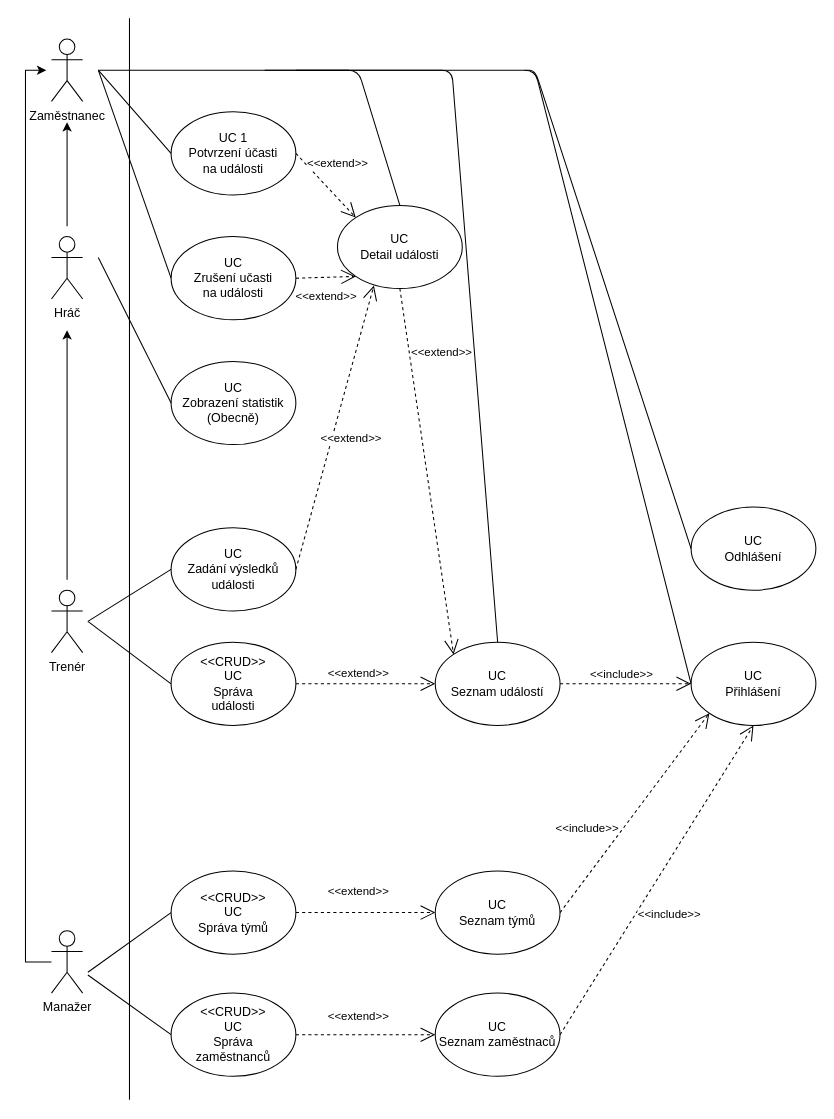
The draw.io diagram UseCaseDiagram.drawio in dminikm/EsportsIS, before the edit. Source tidied: cells renumbered, new cells numbered last; positions are measured from the earlier drawing's top-left corner, leaving out a move shared by most shapes. Both pictures are drawn from the tidied source at 104%, with x=0, y=0 at pixel (25, 18).
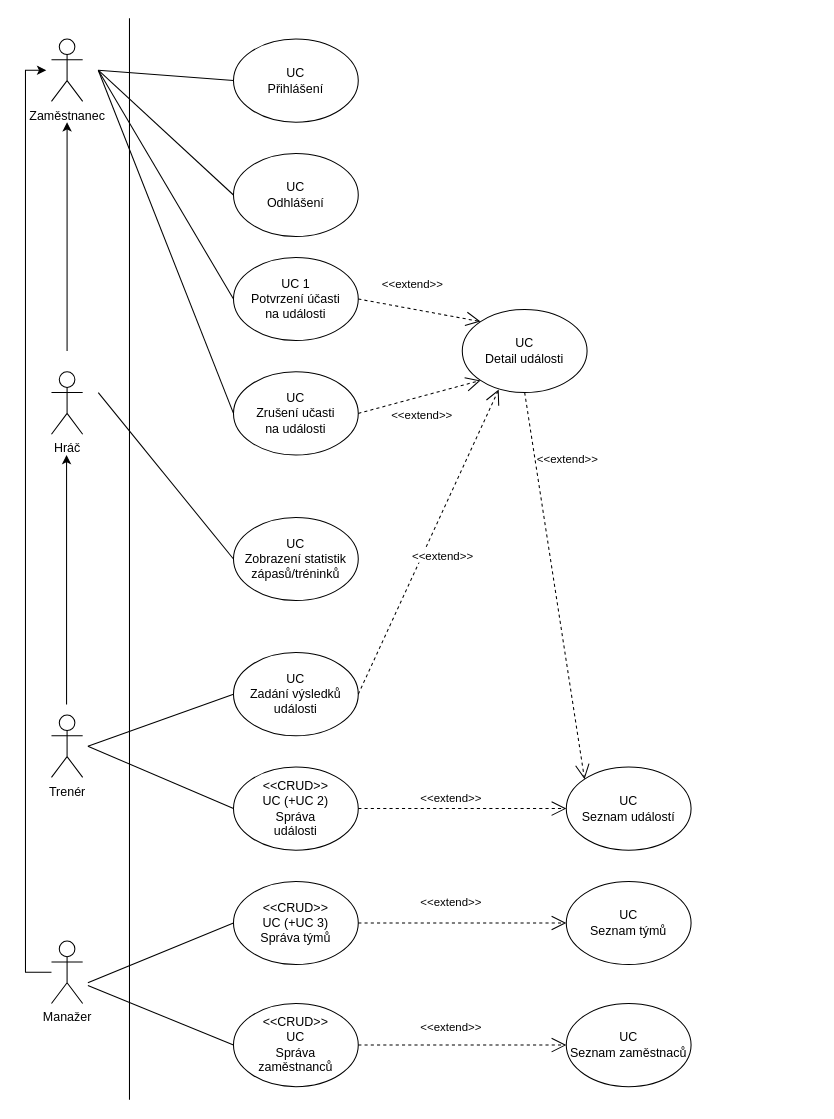
After the change.

Change to the diagram source:
```diff
@@
     <mxCell id="3" style="edgeStyle=orthogonalEdgeStyle;rounded=0;orthogonalLoop=1;jettySize=auto;html=1;" parent="1" edge="1">
       <mxGeometry relative="1" as="geometry">
-        <mxPoint x="40" y="200" as="sourcePoint" />
+        <mxPoint x="40" y="320" as="sourcePoint" />
         <mxPoint x="40" y="100" as="targetPoint" />
       </mxGeometry>
     </mxCell>
     <mxCell id="4" value="Hráč" style="shape=umlActor;verticalLabelPosition=bottom;verticalAlign=top;html=1;" parent="1" vertex="1">
-      <mxGeometry x="25" y="210" width="30" height="60" as="geometry" />
+      <mxGeometry x="25" y="340" width="30" height="60" as="geometry" />
     </mxCell>
     <mxCell id="5" style="edgeStyle=orthogonalEdgeStyle;rounded=0;orthogonalLoop=1;jettySize=auto;html=1;" parent="1" edge="1">
       <mxGeometry relative="1" as="geometry">
-        <mxPoint x="40" y="540" as="sourcePoint" />
-        <mxPoint x="40" y="300" as="targetPoint" />
+        <mxPoint x="39.5" y="660" as="sourcePoint" />
+        <mxPoint x="39.5" y="420" as="targetPoint" />
       </mxGeometry>
     </mxCell>
     <mxCell id="6" value="Trenér" style="shape=umlActor;verticalLabelPosition=bottom;verticalAlign=top;html=1;" parent="1" vertex="1">
-      <mxGeometry x="25" y="550" width="30" height="60" as="geometry" />
+      <mxGeometry x="25" y="670" width="30" height="60" as="geometry" />
     </mxCell>
     <mxCell id="7" style="edgeStyle=orthogonalEdgeStyle;rounded=0;jettySize=auto;html=1;" parent="1" edge="1" source="8">
       <mxGeometry relative="1" as="geometry">
         <mxPoint x="20" y="50" as="targetPoint" />
         <Array as="points">
-          <mxPoint y="907" />
+          <mxPoint y="917" />
           <mxPoint y="50" />
         </Array>
       </mxGeometry>
     </mxCell>
     <mxCell id="8" value="Manažer" style="shape=umlActor;verticalLabelPosition=bottom;verticalAlign=top;html=1;outlineConnect=0;" parent="1" vertex="1">
-      <mxGeometry x="25" y="877.4" width="30" height="60" as="geometry" />
+      <mxGeometry x="25" y="887.4" width="30" height="60" as="geometry" />
     </mxCell>
@@
     <mxCell id="10" value="UC&lt;br&gt;Přihlášení" style="ellipse;whiteSpace=wrap;html=1;" parent="1" vertex="1">
-      <mxGeometry x="640" y="600" width="120" height="80" as="geometry" />
+      <mxGeometry x="200" y="20" width="120" height="80" as="geometry" />
     </mxCell>
     <mxCell id="11" value="UC&lt;br&gt;Odhlášení" style="ellipse;whiteSpace=wrap;html=1;" parent="1" vertex="1">
-      <mxGeometry x="640" y="470" width="120" height="80" as="geometry" />
+      <mxGeometry x="200" y="130" width="120" height="80" as="geometry" />
     </mxCell>
     <mxCell id="12" value="UC&lt;br&gt;Seznam týmů" style="ellipse;whiteSpace=wrap;html=1;" parent="1" vertex="1">
-      <mxGeometry x="394" y="820" width="120" height="80" as="geometry" />
+      <mxGeometry x="520" y="830" width="120" height="80" as="geometry" />
     </mxCell>
-    <mxCell id="13" style="endArrow=none;html=1;exitX=0;exitY=0.5;exitDx=0;exitDy=0;" parent="1" edge="1" source="10">
-      <mxGeometry relative="1" as="geometry">
-        <mxPoint x="70" y="50" as="targetPoint" />
-        <Array as="points">
-          <mxPoint x="490" y="50" />
-        </Array>
-      </mxGeometry>
-    </mxCell>
-    <mxCell id="14" style="endArrow=none;html=1;exitX=0;exitY=0.5;exitDx=0;exitDy=0;" parent="1" edge="1" source="11">
-      <mxGeometry relative="1" as="geometry">
-        <mxPoint x="480" y="50" as="targetPoint" />
-        <Array as="points">
-          <mxPoint x="490" y="50" />
-        </Array>
-      </mxGeometry>
-    </mxCell>
-    <mxCell id="15" value="&amp;lt;&amp;lt;CRUD&amp;gt;&amp;gt;&lt;br&gt;UC&lt;br&gt;Správa týmů" style="ellipse;whiteSpace=wrap;html=1;" parent="1" vertex="1">
-      <mxGeometry x="140" y="820" width="120" height="80" as="geometry" />
+    <mxCell id="15" value="&amp;lt;&amp;lt;CRUD&amp;gt;&amp;gt;&lt;br&gt;UC (+UC 3)&lt;br&gt;Správa týmů" style="ellipse;whiteSpace=wrap;html=1;" parent="1" vertex="1">
+      <mxGeometry x="200" y="830" width="120" height="80" as="geometry" />
     </mxCell>
     <mxCell id="16" style="endArrow=none;html=1;entryX=0;entryY=0.5;entryDx=0;entryDy=0;" parent="1" edge="1" target="15">
       <mxGeometry relative="1" as="geometry">
-        <mxPoint x="60" y="917.4" as="sourcePoint" />
+        <mxPoint x="60" y="927.4" as="sourcePoint" />
       </mxGeometry>
     </mxCell>
     <mxCell id="17" value="UC&lt;br&gt;Seznam událostí" style="ellipse;whiteSpace=wrap;html=1;" parent="1" vertex="1">
-      <mxGeometry x="394" y="600" width="120" height="80" as="geometry" />
+      <mxGeometry x="520" y="720" width="120" height="80" as="geometry" />
     </mxCell>
     <mxCell id="18" value="UC&lt;br&gt;Seznam zaměstnaců" style="ellipse;whiteSpace=wrap;html=1;" parent="1" vertex="1">
-      <mxGeometry x="394" y="937.4" width="120" height="80" as="geometry" />
+      <mxGeometry x="520" y="947.4" width="120" height="80" as="geometry" />
     </mxCell>
     <mxCell id="19" value="&amp;lt;&amp;lt;CRUD&amp;gt;&amp;gt;&lt;br&gt;UC&lt;br&gt;Správa&lt;br&gt;zaměstnanců" style="ellipse;whiteSpace=wrap;html=1;" parent="1" vertex="1">
-      <mxGeometry x="140" y="937.4" width="120" height="80" as="geometry" />
+      <mxGeometry x="200" y="947.4" width="120" height="80" as="geometry" />
     </mxCell>
-    <mxCell id="20" value="&amp;lt;&amp;lt;CRUD&amp;gt;&amp;gt;&lt;br&gt;UC&lt;br&gt;Správa&lt;br&gt;události" style="ellipse;whiteSpace=wrap;html=1;" parent="1" vertex="1">
-      <mxGeometry x="140" y="600" width="120" height="80" as="geometry" />
+    <mxCell id="20" value="&amp;lt;&amp;lt;CRUD&amp;gt;&amp;gt;&lt;br&gt;UC (+UC 2)&lt;br&gt;Správa&lt;br&gt;události" style="ellipse;whiteSpace=wrap;html=1;" parent="1" vertex="1">
+      <mxGeometry x="200" y="720" width="120" height="80" as="geometry" />
     </mxCell>
     <mxCell id="21" style="endArrow=none;html=1;exitX=0;exitY=0.5;exitDx=0;exitDy=0;" parent="1" edge="1" source="20">
       <mxGeometry relative="1" as="geometry">
-        <mxPoint x="60" y="580" as="targetPoint" />
+        <mxPoint x="60" y="700" as="targetPoint" />
       </mxGeometry>
     </mxCell>
     <mxCell id="22" value="UC 1&lt;br&gt;Potvrzení účasti&lt;br&gt;na události" style="ellipse;whiteSpace=wrap;html=1;" parent="1" vertex="1">
-      <mxGeometry x="140" y="90" width="120" height="80" as="geometry" />
+      <mxGeometry x="200" y="230" width="120" height="80" as="geometry" />
     </mxCell>
-    <mxCell id="23" style="endArrow=none;html=1;entryX=0.5;entryY=0;entryDx=0;entryDy=0;" parent="1" edge="1" target="17">
-      <mxGeometry relative="1" as="geometry">
-        <mxPoint x="260" y="50" as="sourcePoint" />
-        <Array as="points">
-          <mxPoint x="410" y="50" />
-        </Array>
-      </mxGeometry>
-    </mxCell>
     <mxCell id="24" value="UC&lt;br&gt;Detail události" style="ellipse;whiteSpace=wrap;html=1;" parent="1" vertex="1">
-      <mxGeometry x="300" y="180" width="120" height="80" as="geometry" />
+      <mxGeometry x="420" y="280" width="120" height="80" as="geometry" />
     </mxCell>
@@
     <mxCell id="26" value="UC&lt;br&gt;Zrušení učasti&lt;br&gt;na události" style="ellipse;whiteSpace=wrap;html=1;" parent="1" vertex="1">
-      <mxGeometry x="140" y="210" width="120" height="80" as="geometry" />
+      <mxGeometry x="200" y="340" width="120" height="80" as="geometry" />
     </mxCell>
@@
-    <mxCell id="28" style="endArrow=none;html=1;entryX=0.5;entryY=0;entryDx=0;entryDy=0;" parent="1" edge="1" target="24">
-      <mxGeometry relative="1" as="geometry">
-        <mxPoint x="230" y="50" as="sourcePoint" />
-        <Array as="points">
-          <mxPoint x="320" y="50" />
-        </Array>
-      </mxGeometry>
-    </mxCell>
     <mxCell id="29" value="UC&lt;br&gt;Zadání výsledků&lt;br&gt;události" style="ellipse;whiteSpace=wrap;html=1;" parent="1" vertex="1">
-      <mxGeometry x="140" y="490" width="120" height="80" as="geometry" />
+      <mxGeometry x="200" y="610" width="120" height="80" as="geometry" />
     </mxCell>
     <mxCell id="30" style="endArrow=none;html=1;exitX=0;exitY=0.5;exitDx=0;exitDy=0;" parent="1" edge="1" source="29">
       <mxGeometry relative="1" as="geometry">
-        <mxPoint x="60" y="580" as="targetPoint" />
+        <mxPoint x="60" y="700" as="targetPoint" />
       </mxGeometry>
     </mxCell>
-    <mxCell id="31" value="&amp;lt;&amp;lt;include&amp;gt;&amp;gt;" style="endArrow=open;endSize=12;dashed=1;html=1;exitX=1;exitY=0.5;exitDx=0;exitDy=0;entryX=0;entryY=0.5;entryDx=0;entryDy=0;" parent="1" edge="1" source="17" target="10">
-      <mxGeometry x="-0.07" y="9" relative="1" as="geometry" />
-    </mxCell>
@@
-    <mxCell id="34" value="&amp;lt;&amp;lt;include&amp;gt;&amp;gt;" style="endArrow=open;endSize=12;dashed=1;html=1;exitX=1;exitY=0.5;exitDx=0;exitDy=0;entryX=0;entryY=1;entryDx=0;entryDy=0;" parent="1" edge="1" source="12" target="10">
-      <mxGeometry x="-0.33" y="28" relative="1" as="geometry" />
-    </mxCell>
-    <mxCell id="35" value="&amp;lt;&amp;lt;include&amp;gt;&amp;gt;" style="endArrow=open;endSize=12;dashed=1;html=1;entryX=0.5;entryY=1;entryDx=0;entryDy=0;exitX=1;exitY=0.5;exitDx=0;exitDy=0;" parent="1" edge="1" source="18" target="10">
-      <mxGeometry x="-0.12" y="-29" relative="1" as="geometry">
-        <mxPoint x="-1" as="offset" />
-      </mxGeometry>
-    </mxCell>
@@
     <mxCell id="38" style="endArrow=none;html=1;exitX=0;exitY=0.5;exitDx=0;exitDy=0;" parent="1" edge="1" source="19">
       <mxGeometry relative="1" as="geometry">
-        <mxPoint x="60" y="920" as="targetPoint" />
+        <mxPoint x="60" y="930" as="targetPoint" />
       </mxGeometry>
     </mxCell>
-    <mxCell id="39" value="UC&lt;br&gt;Zobrazení statistik&lt;br&gt;(Obecně)" style="ellipse;whiteSpace=wrap;html=1;" parent="1" vertex="1">
-      <mxGeometry x="140" y="330" width="120" height="80" as="geometry" />
+    <mxCell id="39" value="UC&lt;br&gt;Zobrazení statistik&lt;br&gt;zápasů/tréninků" style="ellipse;whiteSpace=wrap;html=1;" parent="1" vertex="1">
+      <mxGeometry x="200" y="480" width="120" height="80" as="geometry" />
     </mxCell>
     <mxCell id="40" style="endArrow=none;html=1;exitX=0;exitY=0.5;exitDx=0;exitDy=0;" parent="1" edge="1" source="39">
       <mxGeometry relative="1" as="geometry">
-        <mxPoint x="70" y="230" as="targetPoint" />
+        <mxPoint x="70" y="360" as="targetPoint" />
       </mxGeometry>
     </mxCell>
@@
+    <mxCell id="44" style="endArrow=none;html=1;entryX=0;entryY=0.5;entryDx=0;entryDy=0;" parent="1" edge="1" target="10">
+      <mxGeometry relative="1" as="geometry">
+        <mxPoint x="70" y="50" as="sourcePoint" />
+      </mxGeometry>
+    </mxCell>
+    <mxCell id="45" style="endArrow=none;html=1;entryX=0;entryY=0.5;entryDx=0;entryDy=0;" parent="1" edge="1" target="11">
+      <mxGeometry relative="1" as="geometry">
+        <mxPoint x="70" y="50" as="sourcePoint" />
+      </mxGeometry>
+    </mxCell>
```
